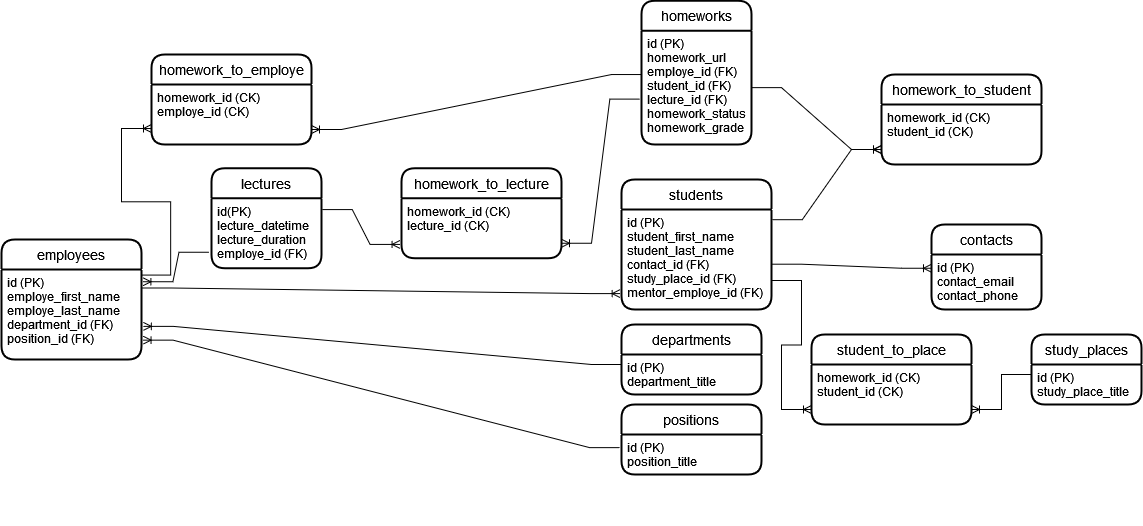
Above: part2/KolesaDB.drawio.png in Kolesa-Education/kolesa-upgrade-homework-4 (draw.io), before the change. Source tidied: cells renumbered, new cells last; positions are measured from the earlier drawing's top-left corner, leaving out a move shared by most shapes.
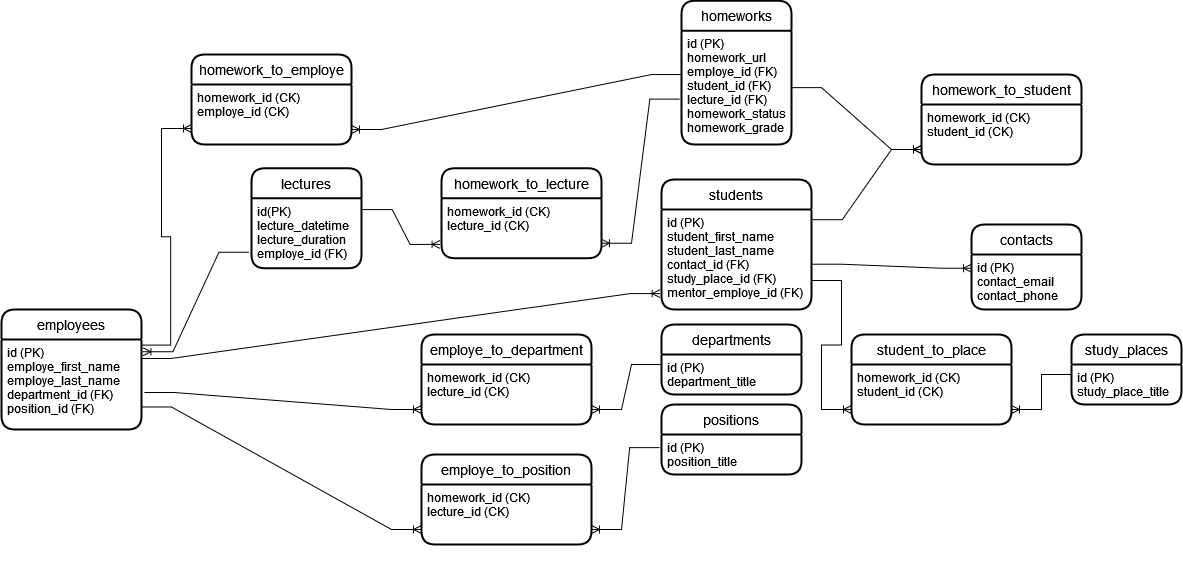
After the commit.

Commit message:
выполняю задание 4.2

Diff of the diagram source:
```diff
@@ -18,7 +18,7 @@
       <mxGeometry y="300" width="110" height="-200" as="geometry" />
     </mxCell>
     <mxCell id="7" value="employees" style="swimlane;horizontal=1;startSize=30;rounded=1;fontSize=14;fontStyle=0;strokeWidth=2;shadow=0;dashed=0;align=center;" parent="1" vertex="1">
-      <mxGeometry y="239" width="140" height="120" as="geometry" />
+      <mxGeometry x="-40" y="309" width="140" height="120" as="geometry" />
     </mxCell>
     <mxCell id="8" value="id (PK)&#10;employe_first_name&#10;employe_last_name&#10;department_id (FK)&#10;position_id (FK)&#10;&#10;&#10;" style="align=left;strokeColor=none;fillColor=none;spacingLeft=4;fontSize=12;verticalAlign=top;" parent="7" vertex="1">
       <mxGeometry y="30" width="140" height="90" as="geometry" />
@@ -65,10 +65,10 @@
     <mxCell id="22" style="edgeStyle=entityRelationEdgeStyle;fontSize=12;html=1;endArrow=ERoneToMany;rounded=0;entryX=0;entryY=0.25;entryDx=0;entryDy=0;exitX=1;exitY=0.547;exitDx=0;exitDy=0;exitPerimeter=0;" parent="1" edge="1" source="10" target="17">
       <mxGeometry relative="1" as="geometry" />
     </mxCell>
-    <mxCell id="23" style="edgeStyle=entityRelationEdgeStyle;fontSize=12;html=1;endArrow=ERoneToMany;rounded=0;exitX=0;exitY=0.25;exitDx=0;exitDy=0;entryX=1.013;entryY=0.632;entryDx=0;entryDy=0;entryPerimeter=0;" parent="1" edge="1" source="12" target="8">
+    <mxCell id="23" style="edgeStyle=entityRelationEdgeStyle;fontSize=12;html=1;endArrow=ERoneToMany;rounded=0;exitX=0;exitY=0.25;exitDx=0;exitDy=0;" parent="1" edge="1" source="12" target="48">
       <mxGeometry relative="1" as="geometry" />
     </mxCell>
-    <mxCell id="24" style="edgeStyle=entityRelationEdgeStyle;fontSize=12;html=1;endArrow=ERoneToMany;rounded=0;exitX=-0.013;exitY=0.146;exitDx=0;exitDy=0;entryX=1.011;entryY=0.785;entryDx=0;entryDy=0;entryPerimeter=0;exitPerimeter=0;" parent="1" edge="1" source="14" target="8">
+    <mxCell id="24" style="edgeStyle=entityRelationEdgeStyle;fontSize=12;html=1;endArrow=ERoneToMany;rounded=0;exitX=-0.013;exitY=0.146;exitDx=0;exitDy=0;exitPerimeter=0;" parent="1" edge="1" source="14" target="50">
       <mxGeometry relative="1" as="geometry" />
     </mxCell>
     <mxCell id="25" value="homework_to_employe" style="swimlane;horizontal=1;startSize=30;rounded=1;fontSize=14;fontStyle=0;strokeWidth=2;shadow=0;dashed=0;align=center;" parent="1" vertex="1">
@@ -106,10 +106,8 @@
     <mxCell id="35" style="edgeStyle=entityRelationEdgeStyle;fontSize=12;html=1;endArrow=ERoneToMany;rounded=0;exitX=-0.023;exitY=0.6;exitDx=0;exitDy=0;exitPerimeter=0;entryX=1.01;entryY=0.136;entryDx=0;entryDy=0;entryPerimeter=0;" parent="1" edge="1" source="3" target="8">
       <mxGeometry relative="1" as="geometry" />
     </mxCell>
-    <mxCell id="36" style="edgeStyle=entityRelationEdgeStyle;fontSize=12;html=1;endArrow=ERoneToMany;rounded=0;entryX=-0.009;entryY=0.841;entryDx=0;entryDy=0;entryPerimeter=0;exitX=1;exitY=0.25;exitDx=0;exitDy=0;" parent="1" edge="1" target="10">
-      <mxGeometry relative="1" as="geometry">
-        <mxPoint x="140" y="287.5" as="sourcePoint" />
-      </mxGeometry>
+    <mxCell id="36" style="edgeStyle=entityRelationEdgeStyle;fontSize=12;html=1;endArrow=ERoneToMany;rounded=0;entryX=-0.009;entryY=0.841;entryDx=0;entryDy=0;entryPerimeter=0;exitX=0.997;exitY=0.211;exitDx=0;exitDy=0;exitPerimeter=0;" parent="1" edge="1" source="8" target="10">
+      <mxGeometry relative="1" as="geometry" />
     </mxCell>
     <mxCell id="37" value="homework_to_lecture" style="swimlane;horizontal=1;startSize=30;rounded=1;fontSize=14;fontStyle=0;strokeWidth=2;shadow=0;dashed=0;align=center;" parent="1" vertex="1">
       <mxGeometry x="400" y="167.8" width="160" height="90" as="geometry" />
@@ -143,5 +141,29 @@
     <mxCell id="46" style="edgeStyle=entityRelationEdgeStyle;fontSize=12;html=1;endArrow=ERoneToMany;rounded=0;entryX=1;entryY=0.5;entryDx=0;entryDy=0;exitX=0;exitY=0.25;exitDx=0;exitDy=0;" parent="1" edge="1" source="19" target="43">
       <mxGeometry relative="1" as="geometry" />
     </mxCell>
+    <mxCell id="47" value="employe_to_department" style="swimlane;horizontal=1;startSize=30;rounded=1;fontSize=14;fontStyle=0;strokeWidth=2;shadow=0;dashed=0;align=center;" parent="1" vertex="1">
+      <mxGeometry x="380" y="334" width="170" height="90" as="geometry" />
+    </mxCell>
+    <mxCell id="48" value="homework_id (CK) &#10;lecture_id (CK)&#10;" style="align=left;strokeColor=none;fillColor=none;spacingLeft=4;fontSize=12;verticalAlign=top;" parent="47" vertex="1">
+      <mxGeometry y="30" width="170" height="90" as="geometry" />
+    </mxCell>
+    <mxCell id="49" value="employe_to_position" style="swimlane;horizontal=1;startSize=30;rounded=1;fontSize=14;fontStyle=0;strokeWidth=2;shadow=0;dashed=0;align=center;" parent="47" vertex="1">
+      <mxGeometry y="120" width="170" height="90" as="geometry" />
+    </mxCell>
+    <mxCell id="50" value="homework_id (CK) &#10;lecture_id (CK)&#10;" style="align=left;strokeColor=none;fillColor=none;spacingLeft=4;fontSize=12;verticalAlign=top;" parent="49" vertex="1">
+      <mxGeometry y="30" width="170" height="90" as="geometry" />
+    </mxCell>
+    <mxCell id="51" value="&#10;" style="align=left;strokeColor=none;fillColor=none;spacingLeft=4;fontSize=12;verticalAlign=top;" parent="49" vertex="1">
+      <mxGeometry y="120" width="170" height="-30" as="geometry" />
+    </mxCell>
+    <mxCell id="52" value="&#10;" style="align=left;strokeColor=none;fillColor=none;spacingLeft=4;fontSize=12;verticalAlign=top;" parent="47" vertex="1">
+      <mxGeometry y="210" width="170" height="-120" as="geometry" />
+    </mxCell>
+    <mxCell id="53" style="edgeStyle=entityRelationEdgeStyle;fontSize=12;html=1;endArrow=ERoneToMany;rounded=0;exitX=1.021;exitY=0.589;exitDx=0;exitDy=0;exitPerimeter=0;entryX=0;entryY=0.5;entryDx=0;entryDy=0;" parent="1" edge="1" source="8" target="48">
+      <mxGeometry relative="1" as="geometry" />
+    </mxCell>
+    <mxCell id="54" style="edgeStyle=entityRelationEdgeStyle;fontSize=12;html=1;endArrow=ERoneToMany;rounded=0;entryX=0;entryY=0.5;entryDx=0;entryDy=0;exitX=1;exitY=0.75;exitDx=0;exitDy=0;" parent="1" edge="1" source="8" target="50">
+      <mxGeometry relative="1" as="geometry" />
+    </mxCell>
   </root>
 </mxGraphModel>
```
